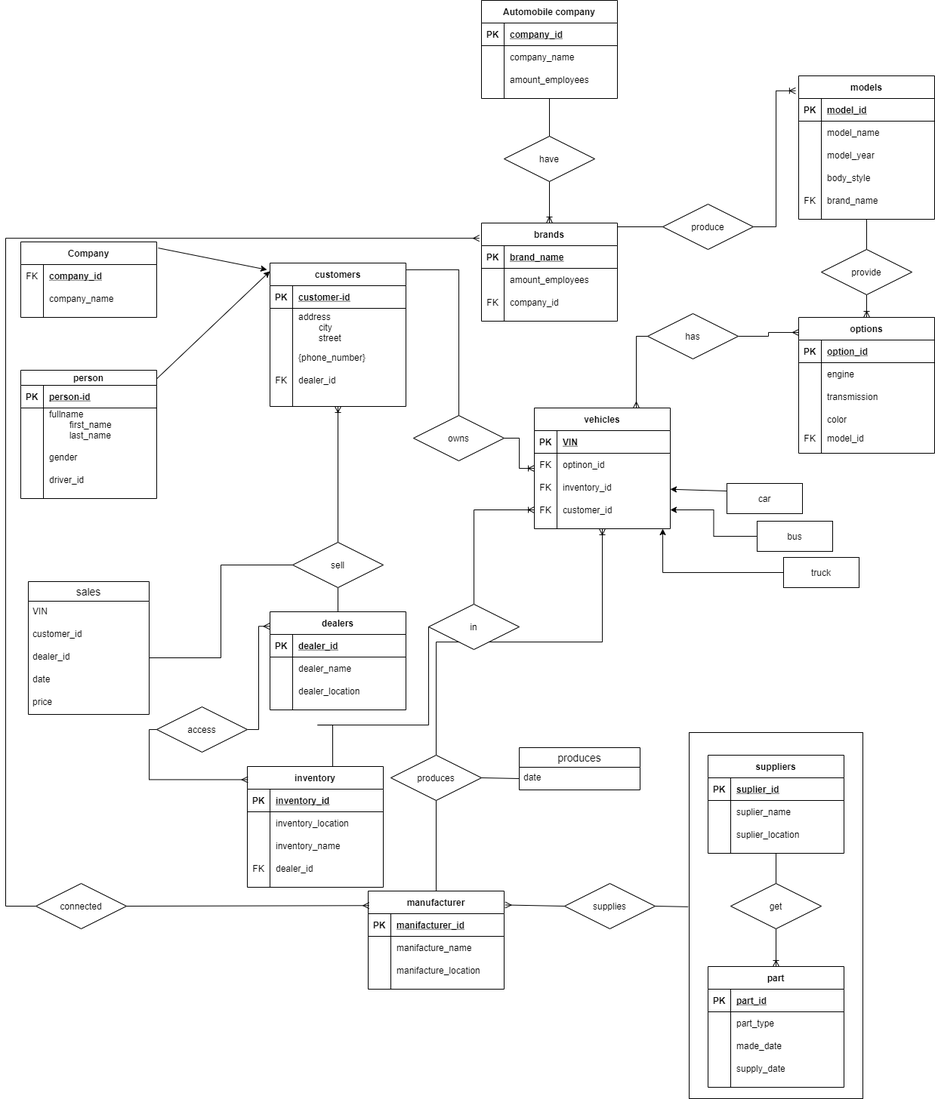
The draw.io diagram Project/Project.drawio.png in dari-kayoo/Database, before a commit. Source tidied: cells renumbered, new cells last; positions are measured from the earlier drawing's top-left corner, leaving out a move shared by most shapes.
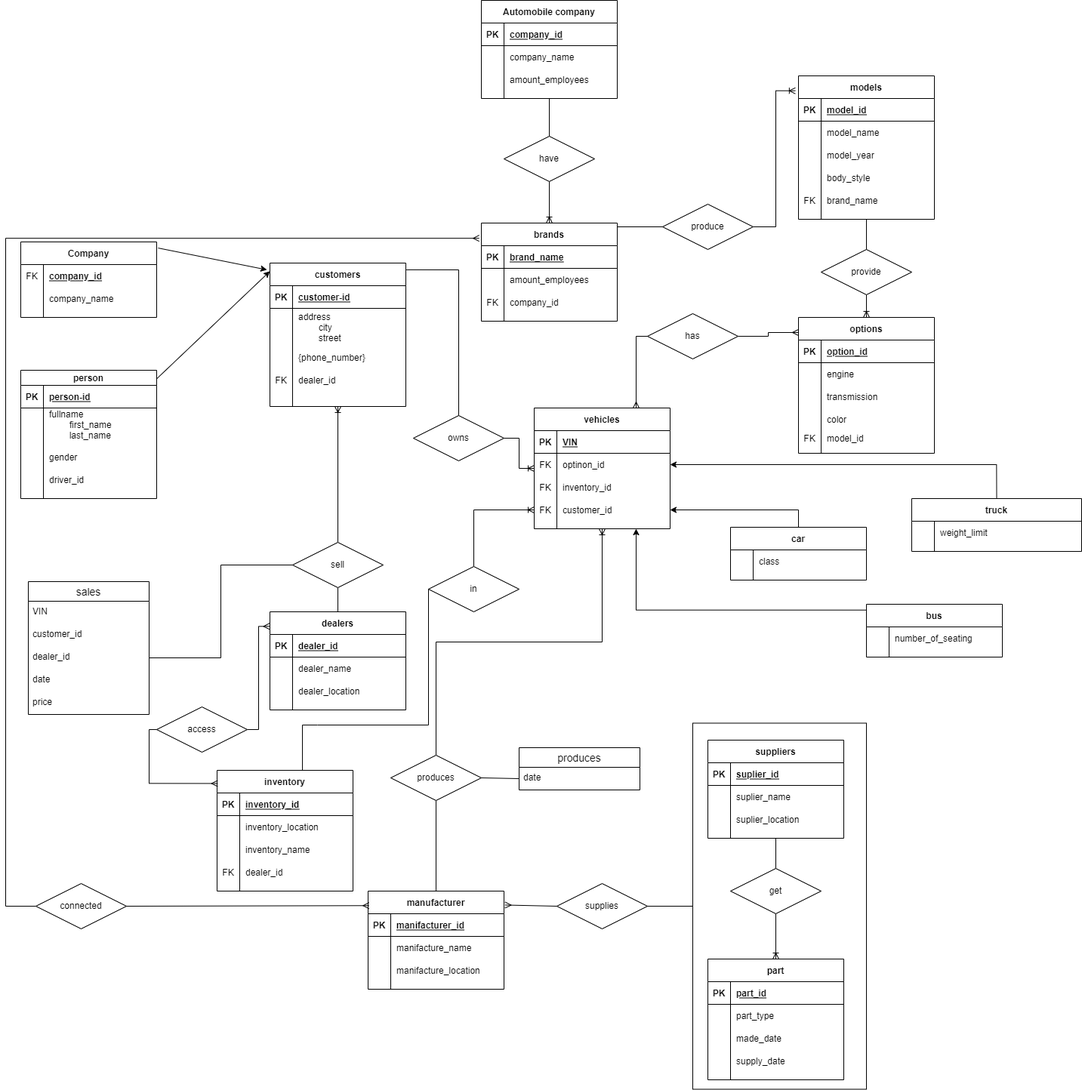
After the commit.

The edit, as a diff of the source:
```diff
@@ -237,7 +237,7 @@
       <mxGeometry x="30" width="150" height="30" as="geometry" />
     </mxCell>
     <mxCell id="80" value="suppliers" style="shape=table;startSize=30;rowLines=0;fontStyle=1;align=center;" parent="1" vertex="1">
-      <mxGeometry x="930" y="1000" width="180" height="130" as="geometry" />
+      <mxGeometry x="930" y="980" width="180" height="130" as="geometry" />
     </mxCell>
     <mxCell id="81" style="shape=partialRectangle;fillColor=none;top=0;left=0;bottom=1;right=0;" parent="80" vertex="1">
       <mxGeometry y="30" width="180" height="30" as="geometry" />
@@ -406,13 +406,13 @@
       <mxGeometry relative="1" as="geometry" />
     </mxCell>
     <mxCell id="134" value="supplies" style="shape=rhombus;perimeter=rhombusPerimeter;whiteSpace=wrap;html=1;align=center;" parent="1" vertex="1">
-      <mxGeometry x="740" y="1170" width="120" height="60" as="geometry" />
+      <mxGeometry x="730" y="1170" width="120" height="60" as="geometry" />
     </mxCell>
     <mxCell id="135" style="fontSize=12;html=1;endArrow=none;startArrow=ERmany;rounded=0;exitX=1.008;exitY=0.142;exitDx=0;exitDy=0;exitPerimeter=0;entryX=0;entryY=0.5;entryDx=0;entryDy=0;" parent="1" edge="1" source="90" target="134">
       <mxGeometry relative="1" as="geometry" />
     </mxCell>
     <mxCell id="136" value="inventory" style="shape=table;startSize=30;rowLines=0;fontStyle=1;align=center;" parent="1" vertex="1">
-      <mxGeometry x="320" y="1015" width="180" height="160" as="geometry" />
+      <mxGeometry x="280" y="1020" width="180" height="160" as="geometry" />
     </mxCell>
     <mxCell id="137" style="shape=partialRectangle;fillColor=none;top=0;left=0;bottom=1;right=0;" parent="136" vertex="1">
       <mxGeometry y="30" width="180" height="30" as="geometry" />
@@ -454,7 +454,7 @@
       <mxGeometry relative="1" as="geometry" />
     </mxCell>
     <mxCell id="150" value="in" style="shape=rhombus;perimeter=rhombusPerimeter;whiteSpace=wrap;html=1;align=center;" parent="1" vertex="1">
-      <mxGeometry x="560" y="800" width="120" height="60" as="geometry" />
+      <mxGeometry x="560" y="750" width="120" height="60" as="geometry" />
     </mxCell>
     <mxCell id="151" style="edgeStyle=orthogonalEdgeStyle;fontSize=12;html=1;endArrow=none;rounded=0;entryX=0;entryY=0.5;entryDx=0;entryDy=0;exitX=0.628;exitY=0.003;exitDx=0;exitDy=0;exitPerimeter=0;" parent="1" edge="1" source="136" target="150">
       <mxGeometry relative="1" as="geometry">
@@ -474,7 +474,7 @@
       <mxGeometry relative="1" as="geometry" />
     </mxCell>
     <mxCell id="155" value="part" style="shape=table;startSize=30;rowLines=0;fontStyle=1;align=center;" parent="1" vertex="1">
-      <mxGeometry x="930" y="1280" width="180" height="160" as="geometry" />
+      <mxGeometry x="930" y="1270" width="180" height="160" as="geometry" />
     </mxCell>
     <mxCell id="156" style="shape=partialRectangle;fillColor=none;top=0;left=0;bottom=1;right=0;" parent="155" vertex="1">
       <mxGeometry y="30" width="180" height="30" as="geometry" />
@@ -608,40 +608,65 @@
     <mxCell id="199" value="driver_id" style="shape=partialRectangle;fillColor=none;top=0;left=0;bottom=0;right=0;align=left;spacingLeft=6;overflow=hidden;" parent="197" vertex="1">
       <mxGeometry x="30" width="150" height="30" as="geometry" />
     </mxCell>
-    <mxCell id="200" style="edgeStyle=orthogonalEdgeStyle;rounded=0;jettySize=auto;html=1;exitX=0;exitY=0.5;exitDx=0;exitDy=0;" parent="1" edge="1" source="201">
-      <mxGeometry relative="1" as="geometry">
-        <mxPoint x="870" y="700" as="targetPoint" />
-      </mxGeometry>
+    <mxCell id="200" style="edgeStyle=orthogonalEdgeStyle;rounded=0;jettySize=auto;html=1;exitX=0.005;exitY=0.11;exitDx=0;exitDy=0;exitPerimeter=0;entryX=0.75;entryY=1;entryDx=0;entryDy=0;" parent="1" edge="1" source="203" target="2">
+      <mxGeometry relative="1" as="geometry" />
     </mxCell>
-    <mxCell id="201" value="truck" style="whiteSpace=wrap;html=1;align=center;" parent="1" vertex="1">
-      <mxGeometry x="1030" y="738" width="100" height="40" as="geometry" />
-    </mxCell>
-    <mxCell id="202" style="edgeStyle=orthogonalEdgeStyle;rounded=0;jettySize=auto;html=1;exitX=0;exitY=0.5;exitDx=0;exitDy=0;entryX=1;entryY=0.5;entryDx=0;entryDy=0;" parent="1" edge="1" source="203" target="12">
+    <mxCell id="202" style="edgeStyle=orthogonalEdgeStyle;rounded=0;jettySize=auto;html=1;exitX=0.5;exitY=0;exitDx=0;exitDy=0;entryX=1;entryY=0.5;entryDx=0;entryDy=0;" parent="1" edge="1" source="201" target="6">
       <mxGeometry relative="1" as="geometry" />
     </mxCell>
-    <mxCell id="203" value="bus" style="whiteSpace=wrap;html=1;align=center;" parent="1" vertex="1">
-      <mxGeometry x="995" y="690" width="100" height="40" as="geometry" />
-    </mxCell>
-    <mxCell id="204" style="rounded=0;jettySize=auto;html=1;exitX=0;exitY=0.25;exitDx=0;exitDy=0;" parent="1" edge="1" source="205" target="9">
-      <mxGeometry relative="1" as="geometry" />
-    </mxCell>
-    <mxCell id="205" value="car" style="whiteSpace=wrap;html=1;align=center;" parent="1" vertex="1">
-      <mxGeometry x="955" y="640" width="100" height="40" as="geometry" />
-    </mxCell>
     <mxCell id="206" style="fontSize=12;html=1;endArrow=ERoneToMany;rounded=0;elbow=vertical;entryX=0.5;entryY=0;entryDx=0;entryDy=0;exitX=0.5;exitY=1;exitDx=0;exitDy=0;startArrow=none;" parent="1" edge="1" source="207" target="155">
       <mxGeometry relative="1" as="geometry" />
     </mxCell>
     <mxCell id="207" value="get" style="shape=rhombus;perimeter=rhombusPerimeter;whiteSpace=wrap;html=1;align=center;fillColor=none;" parent="1" vertex="1">
-      <mxGeometry x="960" y="1170" width="120" height="60" as="geometry" />
+      <mxGeometry x="960" y="1150" width="120" height="60" as="geometry" />
     </mxCell>
     <mxCell id="208" style="fontSize=12;html=1;endArrow=none;rounded=0;elbow=vertical;entryX=0.5;entryY=0;entryDx=0;entryDy=0;exitX=0.5;exitY=1;exitDx=0;exitDy=0;" parent="1" edge="1" source="80" target="207">
       <mxGeometry relative="1" as="geometry" />
     </mxCell>
     <mxCell id="209" style="rounded=0;whiteSpace=wrap;html=1;fillColor=none;" parent="1" vertex="1">
-      <mxGeometry x="905" y="970" width="230" height="485" as="geometry" />
+      <mxGeometry x="910" y="957.5" width="230" height="485" as="geometry" />
     </mxCell>
-    <mxCell id="210" style="endArrow=none;html=1;rounded=0;entryX=-0.006;entryY=0.476;entryDx=0;entryDy=0;entryPerimeter=0;exitX=1;exitY=0.5;exitDx=0;exitDy=0;" parent="1" edge="1" source="134" target="209">
+    <mxCell id="210" style="endArrow=none;html=1;rounded=0;exitX=1;exitY=0.5;exitDx=0;exitDy=0;" parent="1" edge="1" source="134" target="209">
       <mxGeometry relative="1" as="geometry" />
     </mxCell>
+    <mxCell id="211" style="edgeStyle=orthogonalEdgeStyle;rounded=0;jettySize=auto;html=1;exitX=0.5;exitY=0;exitDx=0;exitDy=0;" parent="1" edge="1" source="205" target="12">
+      <mxGeometry relative="1" as="geometry" />
+    </mxCell>
+    <mxCell id="205" value="car" style="shape=table;startSize=30;rowLines=0;fontStyle=1;align=center;" parent="1" vertex="1">
+      <mxGeometry x="960" y="698" width="180" height="70" as="geometry" />
+    </mxCell>
+    <mxCell id="212" style="shape=partialRectangle;fillColor=none;top=0;left=0;bottom=0;right=0;" parent="205" vertex="1">
+      <mxGeometry y="30" width="180" height="30" as="geometry" />
+    </mxCell>
+    <mxCell id="213" style="shape=partialRectangle;fillColor=none;top=0;left=0;bottom=0;right=0;overflow=hidden;" parent="212" vertex="1">
+      <mxGeometry width="30" height="30" as="geometry" />
+    </mxCell>
+    <mxCell id="214" value="class" style="shape=partialRectangle;fillColor=none;top=0;left=0;bottom=0;right=0;align=left;spacingLeft=6;overflow=hidden;" parent="212" vertex="1">
+      <mxGeometry x="30" width="150" height="30" as="geometry" />
+    </mxCell>
+    <mxCell id="203" value="bus" style="shape=table;startSize=30;rowLines=0;fontStyle=1;align=center;" parent="1" vertex="1">
+      <mxGeometry x="1140" y="800" width="180" height="70" as="geometry" />
+    </mxCell>
+    <mxCell id="215" style="shape=partialRectangle;fillColor=none;top=0;left=0;bottom=0;right=0;" parent="203" vertex="1">
+      <mxGeometry y="30" width="180" height="30" as="geometry" />
+    </mxCell>
+    <mxCell id="216" style="shape=partialRectangle;fillColor=none;top=0;left=0;bottom=0;right=0;overflow=hidden;" parent="215" vertex="1">
+      <mxGeometry width="30" height="30" as="geometry" />
+    </mxCell>
+    <mxCell id="217" value="number_of_seating" style="shape=partialRectangle;fillColor=none;top=0;left=0;bottom=0;right=0;align=left;spacingLeft=6;overflow=hidden;" parent="215" vertex="1">
+      <mxGeometry x="30" width="150" height="30" as="geometry" />
+    </mxCell>
+    <mxCell id="201" value="truck" style="shape=table;startSize=30;rowLines=0;fontStyle=1;align=center;" parent="1" vertex="1">
+      <mxGeometry x="1200" y="660" width="225" height="70" as="geometry" />
+    </mxCell>
+    <mxCell id="218" style="shape=partialRectangle;fillColor=none;top=0;left=0;bottom=0;right=0;" parent="201" vertex="1">
+      <mxGeometry y="30" width="225" height="30" as="geometry" />
+    </mxCell>
+    <mxCell id="219" style="shape=partialRectangle;fillColor=none;top=0;left=0;bottom=0;right=0;overflow=hidden;" parent="218" vertex="1">
+      <mxGeometry width="30" height="30" as="geometry" />
+    </mxCell>
+    <mxCell id="220" value="weight_limit" style="shape=partialRectangle;fillColor=none;top=0;left=0;bottom=0;right=0;align=left;spacingLeft=6;overflow=hidden;" parent="218" vertex="1">
+      <mxGeometry x="30" width="195" height="30" as="geometry" />
+    </mxCell>
   </root>
 </mxGraphModel>
```
